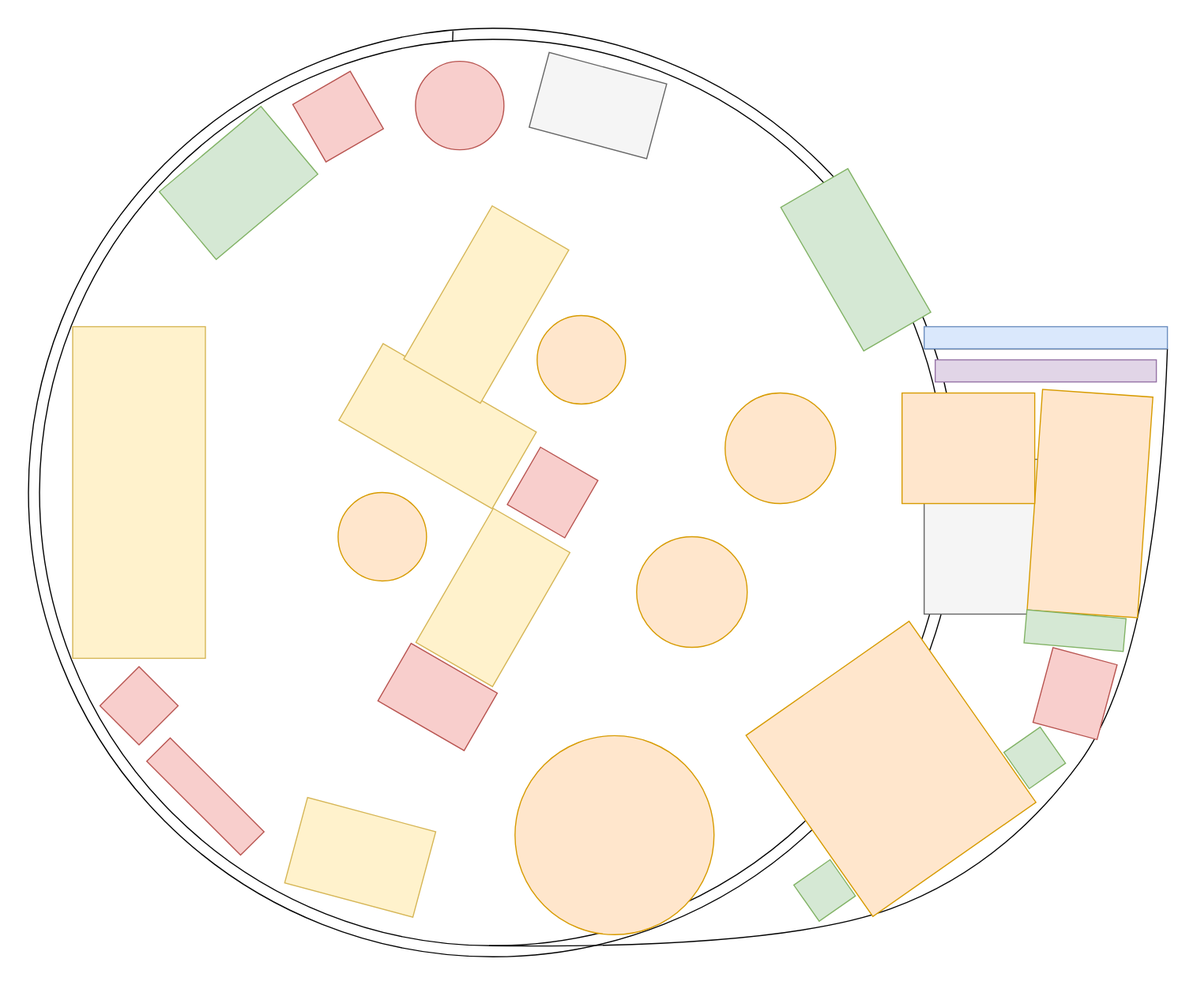
SamuelNoesslboeck/workshop keeps this draw.io diagram as roomplan.svg. Above is the earlier version. Source tidied: cells renumbered, new cells last; positions are measured from the earlier drawing's top-left corner, leaving out a move shared by most shapes.
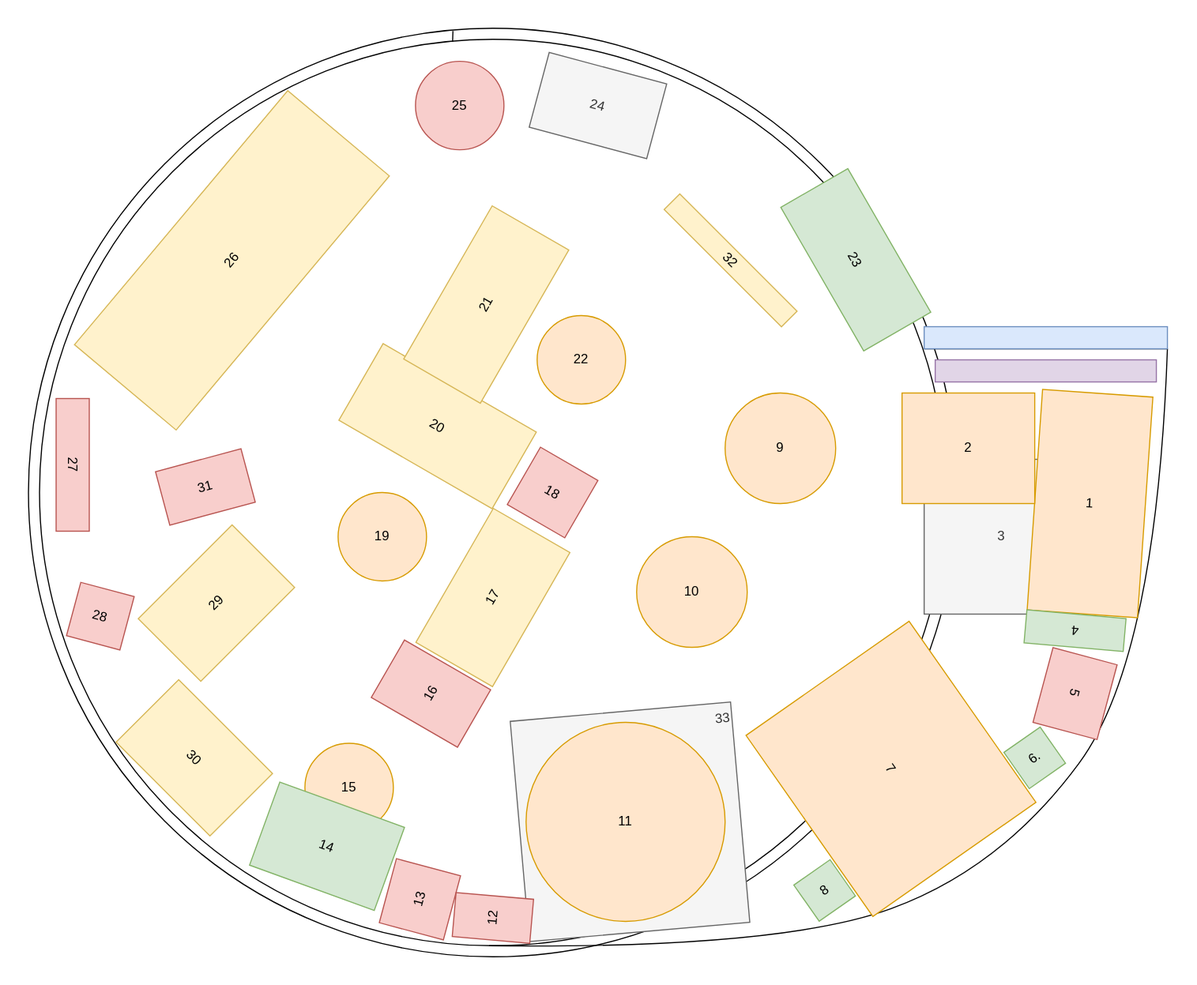
Later version of the same file.

Diff of the diagram source:
```diff
@@ -8,6 +8,12 @@
     <mxCell id="3" style="ellipse;whiteSpace=wrap;html=1;" parent="1" vertex="1">
       <mxGeometry x="60" y="10" width="820" height="820" as="geometry" />
     </mxCell>
+    <mxCell id="36" value="15" style="ellipse;whiteSpace=wrap;html=1;fillColor=#ffe6cc;strokeColor=#d79b00;" parent="1" vertex="1">
+      <mxGeometry x="300" y="646.9" width="80" height="80" as="geometry" />
+    </mxCell>
+    <mxCell id="37" value="33" style="rounded=0;whiteSpace=wrap;html=1;fillColor=#f5f5f5;strokeColor=#666666;fontColor=#333333;rotation=-5;align=right;verticalAlign=top;" parent="1" vertex="1">
+      <mxGeometry x="494" y="617.9" width="200" height="200" as="geometry" />
+    </mxCell>
     <mxCell id="4" style="endArrow=none;html=1;rounded=0;" parent="1" edge="1">
       <mxGeometry relative="1" as="geometry">
         <mxPoint x="860" y="290" as="sourcePoint" />
@@ -24,7 +30,7 @@
         </Array>
       </mxGeometry>
     </mxCell>
-    <mxCell id="6" style="rounded=0;whiteSpace=wrap;html=1;rotation=30;fillColor=#fff2cc;strokeColor=#d6b656;" parent="1" vertex="1">
+    <mxCell id="6" value="20" style="rounded=0;whiteSpace=wrap;html=1;rotation=30;fillColor=#fff2cc;strokeColor=#d6b656;" parent="1" vertex="1">
       <mxGeometry x="340" y="320" width="160" height="80" as="geometry" />
     </mxCell>
     <mxCell id="7" style="rounded=0;whiteSpace=wrap;html=1;fillColor=#dae8fc;strokeColor=#6c8ebf;" parent="1" vertex="1">
@@ -33,73 +39,73 @@
     <mxCell id="8" style="rounded=0;whiteSpace=wrap;html=1;fillColor=#e1d5e7;strokeColor=#9673a6;" parent="1" vertex="1">
       <mxGeometry x="870" y="300" width="200" height="20" as="geometry" />
     </mxCell>
-    <mxCell id="9" style="ellipse;whiteSpace=wrap;html=1;fillColor=#ffe6cc;strokeColor=#d79b00;" parent="1" vertex="1">
+    <mxCell id="9" value="9" style="ellipse;whiteSpace=wrap;html=1;fillColor=#ffe6cc;strokeColor=#d79b00;" parent="1" vertex="1">
       <mxGeometry x="680" y="330" width="100" height="100" as="geometry" />
     </mxCell>
-    <mxCell id="10" style="rounded=0;whiteSpace=wrap;html=1;rotation=60;fillColor=#d5e8d4;strokeColor=#82b366;" parent="1" vertex="1">
+    <mxCell id="10" value="23" style="rounded=0;whiteSpace=wrap;html=1;rotation=60;fillColor=#d5e8d4;strokeColor=#82b366;" parent="1" vertex="1">
       <mxGeometry x="723.2" y="174.5" width="150" height="70" as="geometry" />
     </mxCell>
-    <mxCell id="11" style="ellipse;whiteSpace=wrap;html=1;fillColor=#ffe6cc;strokeColor=#d79b00;" parent="1" vertex="1">
+    <mxCell id="11" value="10" style="ellipse;whiteSpace=wrap;html=1;fillColor=#ffe6cc;strokeColor=#d79b00;" parent="1" vertex="1">
       <mxGeometry x="600" y="460" width="100" height="100" as="geometry" />
     </mxCell>
-    <mxCell id="12" style="rounded=0;whiteSpace=wrap;html=1;rotation=55;fillColor=#ffe6cc;strokeColor=#d79b00;" parent="1" vertex="1">
+    <mxCell id="12" value="7" style="rounded=0;whiteSpace=wrap;html=1;rotation=55;fillColor=#ffe6cc;strokeColor=#d79b00;" parent="1" vertex="1">
       <mxGeometry x="730" y="580" width="200" height="180" as="geometry" />
     </mxCell>
-    <mxCell id="13" style="rounded=0;whiteSpace=wrap;html=1;rotation=-215;fillColor=#d5e8d4;strokeColor=#82b366;" parent="1" vertex="1">
+    <mxCell id="13" value="6." style="rounded=0;whiteSpace=wrap;html=1;rotation=325;fillColor=#d5e8d4;strokeColor=#82b366;" parent="1" vertex="1">
       <mxGeometry x="940" y="640" width="40" height="40" as="geometry" />
     </mxCell>
-    <mxCell id="14" style="rounded=0;whiteSpace=wrap;html=1;rotation=-215;fillColor=#d5e8d4;strokeColor=#82b366;" parent="1" vertex="1">
+    <mxCell id="14" value="8" style="rounded=0;whiteSpace=wrap;html=1;rotation=325;fillColor=#d5e8d4;strokeColor=#82b366;" parent="1" vertex="1">
       <mxGeometry x="750" y="760" width="40" height="40" as="geometry" />
     </mxCell>
-    <mxCell id="15" style="rounded=0;whiteSpace=wrap;html=1;rotation=105;fillColor=#f8cecc;strokeColor=#b85450;" parent="1" vertex="1">
+    <mxCell id="15" value="5" style="rounded=0;whiteSpace=wrap;html=1;rotation=105;fillColor=#f8cecc;strokeColor=#b85450;" parent="1" vertex="1">
       <mxGeometry x="961.5" y="571.9" width="70" height="60" as="geometry" />
     </mxCell>
-    <mxCell id="16" style="rounded=0;whiteSpace=wrap;html=1;rotation=-40;fillColor=#d5e8d4;strokeColor=#82b366;" parent="1" vertex="1">
-      <mxGeometry x="180" y="100" width="120" height="80" as="geometry" />
+    <mxCell id="16" value="14" style="rounded=0;whiteSpace=wrap;html=1;rotation=20;fillColor=#d5e8d4;strokeColor=#82b366;" parent="1" vertex="1">
+      <mxGeometry x="260" y="700" width="120" height="80" as="geometry" />
     </mxCell>
-    <mxCell id="17" style="rounded=0;whiteSpace=wrap;html=1;rotation=-30;fillColor=#f8cecc;strokeColor=#b85450;" parent="1" vertex="1">
-      <mxGeometry x="300" y="50" width="60" height="60" as="geometry" />
+    <mxCell id="17" value="13" style="rounded=0;whiteSpace=wrap;html=1;rotation=-75;fillColor=#f8cecc;strokeColor=#b85450;" parent="1" vertex="1">
+      <mxGeometry x="374" y="757.9" width="60" height="60" as="geometry" />
     </mxCell>
-    <mxCell id="18" style="rounded=0;whiteSpace=wrap;html=1;rotation=-60;fillColor=#f8cecc;strokeColor=#b85450;" parent="1" vertex="1">
-      <mxGeometry x="390" y="560" width="60" height="90" as="geometry" />
+    <mxCell id="18" value="16" style="rounded=0;whiteSpace=wrap;html=1;rotation=-60;fillColor=#f8cecc;strokeColor=#b85450;" parent="1" vertex="1">
+      <mxGeometry x="384" y="556.9" width="60" height="90" as="geometry" />
     </mxCell>
-    <mxCell id="19" style="rounded=0;whiteSpace=wrap;html=1;rotation=15;fillColor=#fff2cc;strokeColor=#d6b656;" parent="1" vertex="1">
-      <mxGeometry x="290" y="710" width="120" height="80" as="geometry" />
+    <mxCell id="19" value="30" style="rounded=0;whiteSpace=wrap;html=1;rotation=45;fillColor=#fff2cc;strokeColor=#d6b656;" parent="1" vertex="1">
+      <mxGeometry x="140" y="620" width="120" height="80" as="geometry" />
     </mxCell>
-    <mxCell id="20" style="rounded=0;whiteSpace=wrap;html=1;fillColor=#f5f5f5;strokeColor=#666666;fontColor=#333333;" parent="1" vertex="1">
+    <mxCell id="20" value="3" style="rounded=0;whiteSpace=wrap;html=1;fillColor=#f5f5f5;strokeColor=#666666;fontColor=#333333;" parent="1" vertex="1">
       <mxGeometry x="860" y="390" width="140" height="140" as="geometry" />
     </mxCell>
-    <mxCell id="21" style="rounded=0;whiteSpace=wrap;html=1;rotation=4;fillColor=#ffe6cc;strokeColor=#d79b00;" parent="1" vertex="1">
+    <mxCell id="21" value="1" style="rounded=0;whiteSpace=wrap;html=1;rotation=4;fillColor=#ffe6cc;strokeColor=#d79b00;" parent="1" vertex="1">
       <mxGeometry x="960" y="330" width="100" height="200" as="geometry" />
     </mxCell>
-    <mxCell id="22" style="rounded=0;whiteSpace=wrap;html=1;fillColor=#ffe6cc;strokeColor=#d79b00;" parent="1" vertex="1">
+    <mxCell id="22" value="2" style="rounded=0;whiteSpace=wrap;html=1;fillColor=#ffe6cc;strokeColor=#d79b00;" parent="1" vertex="1">
       <mxGeometry x="840" y="330" width="120" height="100" as="geometry" />
     </mxCell>
-    <mxCell id="23" style="rounded=0;whiteSpace=wrap;html=1;rotation=-175;fillColor=#d5e8d4;strokeColor=#82b366;" parent="1" vertex="1">
+    <mxCell id="23" value="4" style="rounded=0;whiteSpace=wrap;html=1;rotation=-175;fillColor=#d5e8d4;strokeColor=#82b366;" parent="1" vertex="1">
       <mxGeometry x="951.5" y="530" width="90" height="30" as="geometry" />
     </mxCell>
-    <mxCell id="24" style="rounded=0;whiteSpace=wrap;html=1;rotation=90;fillColor=#fff2cc;strokeColor=#d6b656;" parent="1" vertex="1">
-      <mxGeometry y="360" width="300" height="120" as="geometry" />
+    <mxCell id="24" value="26" style="rounded=0;whiteSpace=wrap;html=1;rotation=310;fillColor=#fff2cc;strokeColor=#d6b656;" parent="1" vertex="1">
+      <mxGeometry x="84" y="150" width="300" height="120" as="geometry" />
     </mxCell>
-    <mxCell id="25" style="rounded=0;whiteSpace=wrap;html=1;rotation=45;fillColor=#f8cecc;strokeColor=#b85450;" parent="1" vertex="1">
-      <mxGeometry x="150" y="680" width="120" height="30" as="geometry" />
+    <mxCell id="25" value="27" style="rounded=0;whiteSpace=wrap;html=1;rotation=90;fillColor=#f8cecc;strokeColor=#b85450;" parent="1" vertex="1">
+      <mxGeometry x="30" y="380" width="120" height="30" as="geometry" />
     </mxCell>
-    <mxCell id="26" style="rounded=0;whiteSpace=wrap;html=1;rotation=45;fillColor=#f8cecc;strokeColor=#b85450;" parent="1" vertex="1">
-      <mxGeometry x="125" y="587.9" width="50" height="50" as="geometry" />
+    <mxCell id="26" value="28" style="rounded=0;whiteSpace=wrap;html=1;rotation=15;fillColor=#f8cecc;strokeColor=#b85450;" parent="1" vertex="1">
+      <mxGeometry x="90" y="506.9" width="50" height="50" as="geometry" />
     </mxCell>
-    <mxCell id="27" style="rounded=0;whiteSpace=wrap;html=1;rotation=120;fillColor=#fff2cc;strokeColor=#d6b656;" parent="1" vertex="1">
+    <mxCell id="27" value="17" style="rounded=0;whiteSpace=wrap;html=1;rotation=300;fillColor=#fff2cc;strokeColor=#d6b656;" parent="1" vertex="1">
       <mxGeometry x="400" y="475" width="140" height="80" as="geometry" />
     </mxCell>
-    <mxCell id="28" style="rounded=0;whiteSpace=wrap;html=1;rotation=30;fillColor=#f8cecc;strokeColor=#b85450;" parent="1" vertex="1">
+    <mxCell id="28" value="18" style="rounded=0;whiteSpace=wrap;html=1;rotation=30;fillColor=#f8cecc;strokeColor=#b85450;" parent="1" vertex="1">
       <mxGeometry x="494" y="390" width="60" height="60" as="geometry" />
     </mxCell>
-    <mxCell id="29" style="rounded=0;whiteSpace=wrap;html=1;rotation=300;fillColor=#fff2cc;strokeColor=#d6b656;" parent="1" vertex="1">
+    <mxCell id="29" value="21" style="rounded=0;whiteSpace=wrap;html=1;rotation=300;fillColor=#fff2cc;strokeColor=#d6b656;" parent="1" vertex="1">
       <mxGeometry x="384" y="210" width="160" height="80" as="geometry" />
     </mxCell>
-    <mxCell id="30" style="ellipse;whiteSpace=wrap;html=1;fillColor=#ffe6cc;strokeColor=#d79b00;" parent="1" vertex="1">
+    <mxCell id="30" value="19" style="ellipse;whiteSpace=wrap;html=1;fillColor=#ffe6cc;strokeColor=#d79b00;" parent="1" vertex="1">
       <mxGeometry x="330" y="420" width="80" height="80" as="geometry" />
     </mxCell>
-    <mxCell id="31" style="ellipse;whiteSpace=wrap;html=1;fillColor=#ffe6cc;strokeColor=#d79b00;" parent="1" vertex="1">
+    <mxCell id="31" value="22" style="ellipse;whiteSpace=wrap;html=1;fillColor=#ffe6cc;strokeColor=#d79b00;" parent="1" vertex="1">
       <mxGeometry x="510" y="260" width="80" height="80" as="geometry" />
     </mxCell>
     <mxCell id="32" style="endArrow=none;html=1;rounded=0;entryX=0.457;entryY=0.003;entryDx=0;entryDy=0;entryPerimeter=0;" parent="1" edge="1" target="2">
@@ -107,14 +113,26 @@
         <mxPoint x="433.6" y="12.4" as="sourcePoint" />
       </mxGeometry>
     </mxCell>
-    <mxCell id="33" style="ellipse;whiteSpace=wrap;html=1;fillColor=#ffe6cc;strokeColor=#d79b00;" parent="1" vertex="1">
-      <mxGeometry x="490" y="640" width="180" height="180" as="geometry" />
+    <mxCell id="33" value="11" style="ellipse;whiteSpace=wrap;html=1;fillColor=#ffe6cc;strokeColor=#d79b00;" parent="1" vertex="1">
+      <mxGeometry x="500" y="627.9" width="180" height="180" as="geometry" />
     </mxCell>
-    <mxCell id="34" style="ellipse;whiteSpace=wrap;html=1;fillColor=#f8cecc;strokeColor=#b85450;" parent="1" vertex="1">
+    <mxCell id="34" value="25" style="ellipse;whiteSpace=wrap;html=1;fillColor=#f8cecc;strokeColor=#b85450;" parent="1" vertex="1">
       <mxGeometry x="400" y="30" width="80" height="80" as="geometry" />
     </mxCell>
-    <mxCell id="35" style="rounded=0;whiteSpace=wrap;html=1;fillColor=#f5f5f5;strokeColor=#666666;fontColor=#333333;rotation=15;" parent="1" vertex="1">
+    <mxCell id="35" value="24" style="rounded=0;whiteSpace=wrap;html=1;fillColor=#f5f5f5;strokeColor=#666666;fontColor=#333333;rotation=15;" parent="1" vertex="1">
       <mxGeometry x="510" y="35" width="110" height="70" as="geometry" />
     </mxCell>
+    <mxCell id="38" value="12" style="rounded=0;whiteSpace=wrap;html=1;rotation=-85;fillColor=#f8cecc;strokeColor=#b85450;" parent="1" vertex="1">
+      <mxGeometry x="450" y="769.7" width="40" height="70.3" as="geometry" />
+    </mxCell>
+    <mxCell id="39" value="29" style="rounded=0;whiteSpace=wrap;html=1;rotation=315;fillColor=#fff2cc;strokeColor=#d6b656;" parent="1" vertex="1">
+      <mxGeometry x="160" y="480" width="120" height="80" as="geometry" />
+    </mxCell>
+    <mxCell id="40" value="31" style="rounded=0;whiteSpace=wrap;html=1;rotation=-15;fillColor=#f8cecc;strokeColor=#b85450;" parent="1" vertex="1">
+      <mxGeometry x="170" y="390" width="80" height="50" as="geometry" />
+    </mxCell>
+    <mxCell id="41" value="32" style="rounded=0;whiteSpace=wrap;html=1;rotation=45;fillColor=#fff2cc;strokeColor=#d6b656;" parent="1" vertex="1">
+      <mxGeometry x="610" y="200" width="150" height="20" as="geometry" />
+    </mxCell>
   </root>
 </mxGraphModel>
```
